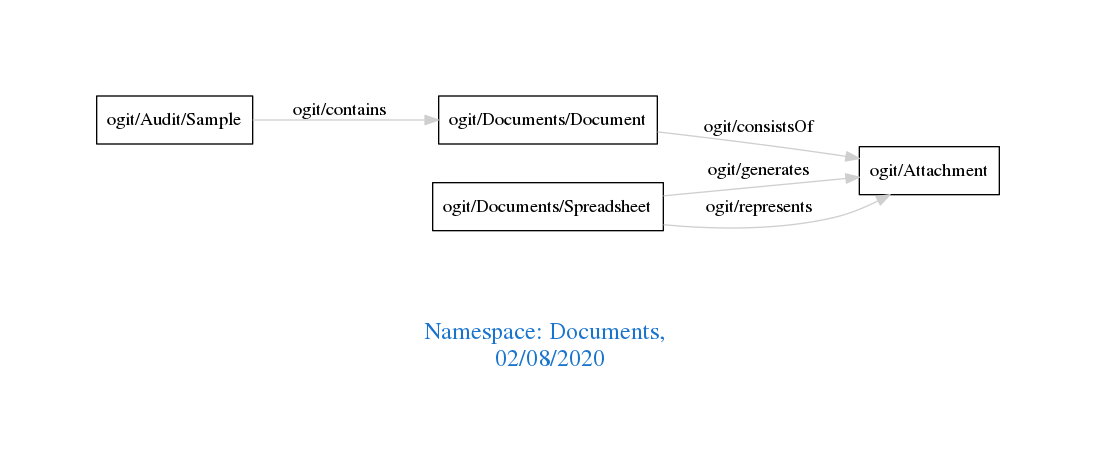
Before: downloads/Documents.png, a diagram exported from Graphviz (arago/OGIT). Its source is kept beside it as downloads/Documents.dot.
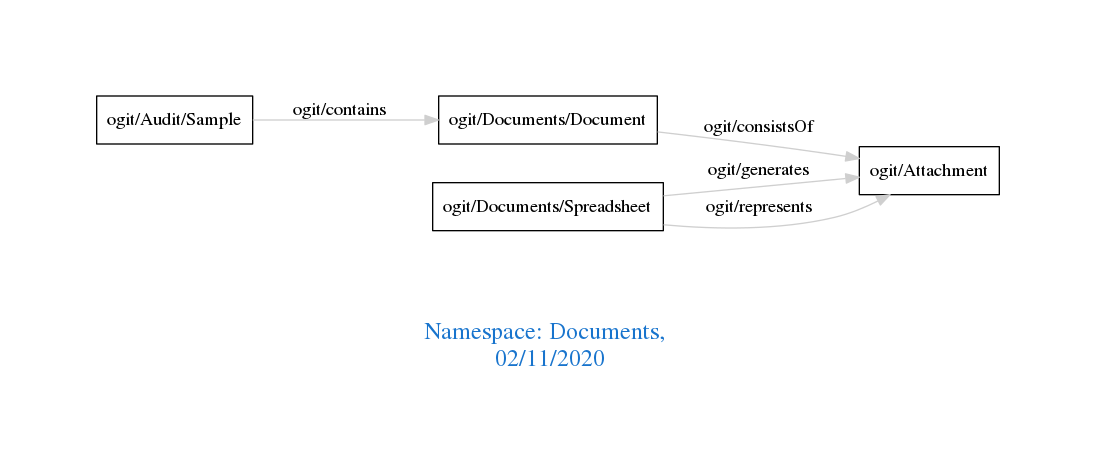
After the commit.

What changed in the source:
```diff
@@ -1,7 +1,7 @@
 digraph OGIT_ontology {
  graph [ rankdir= LR,pad=1
 fontsize = 18,
-fontcolor= dodgerblue3,label = "\n\n\nNamespace: Documents, \n 02/08/2020"];
+fontcolor= dodgerblue3,label = "\n\n\nNamespace: Documents, \n 02/11/2020"];
 node[shape=polygon];
 edge [  color="gray81"];
 
```
